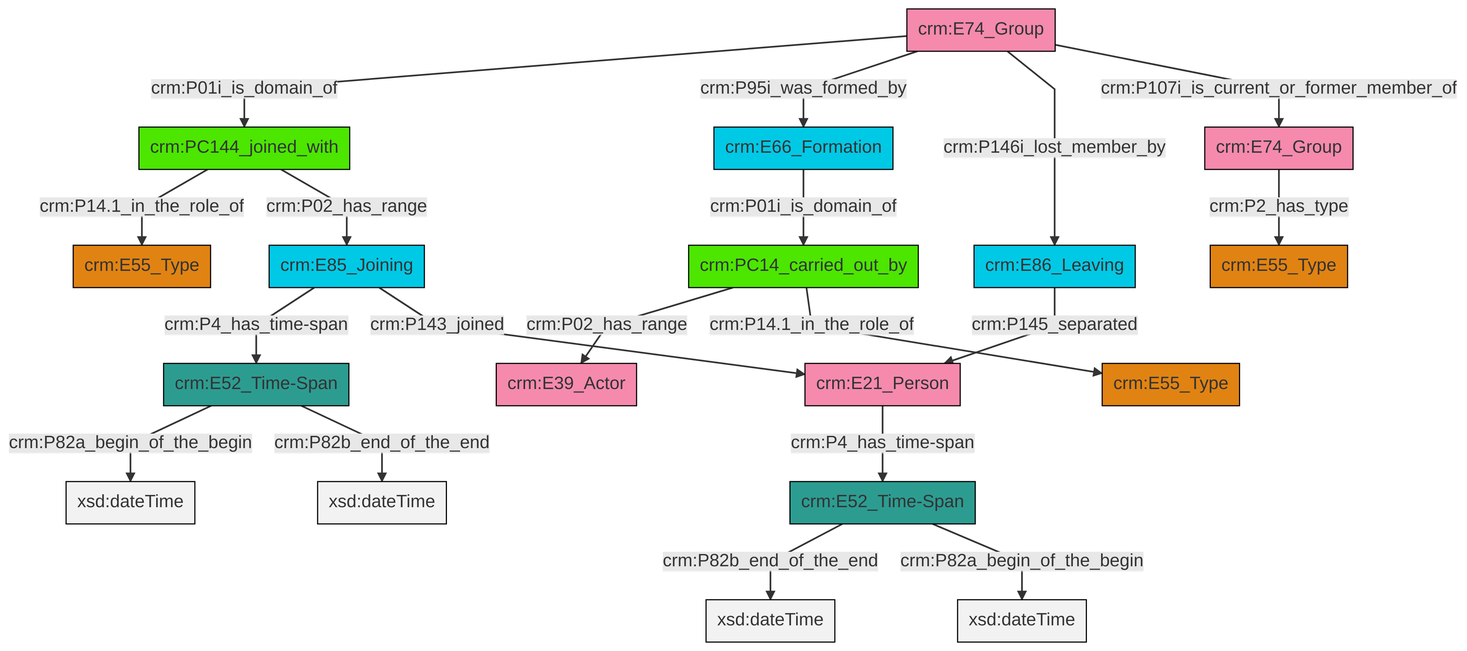
swiss-art-research-net/reference-data-models keeps this Mermaid diagram as et/groupCSV/ttl/mmd/png/group_actor_relations.png. Above is the earlier version. Its source is kept beside it as et/groupCSV/ttl/mmd/group_actor_relations.ttl.mmd.
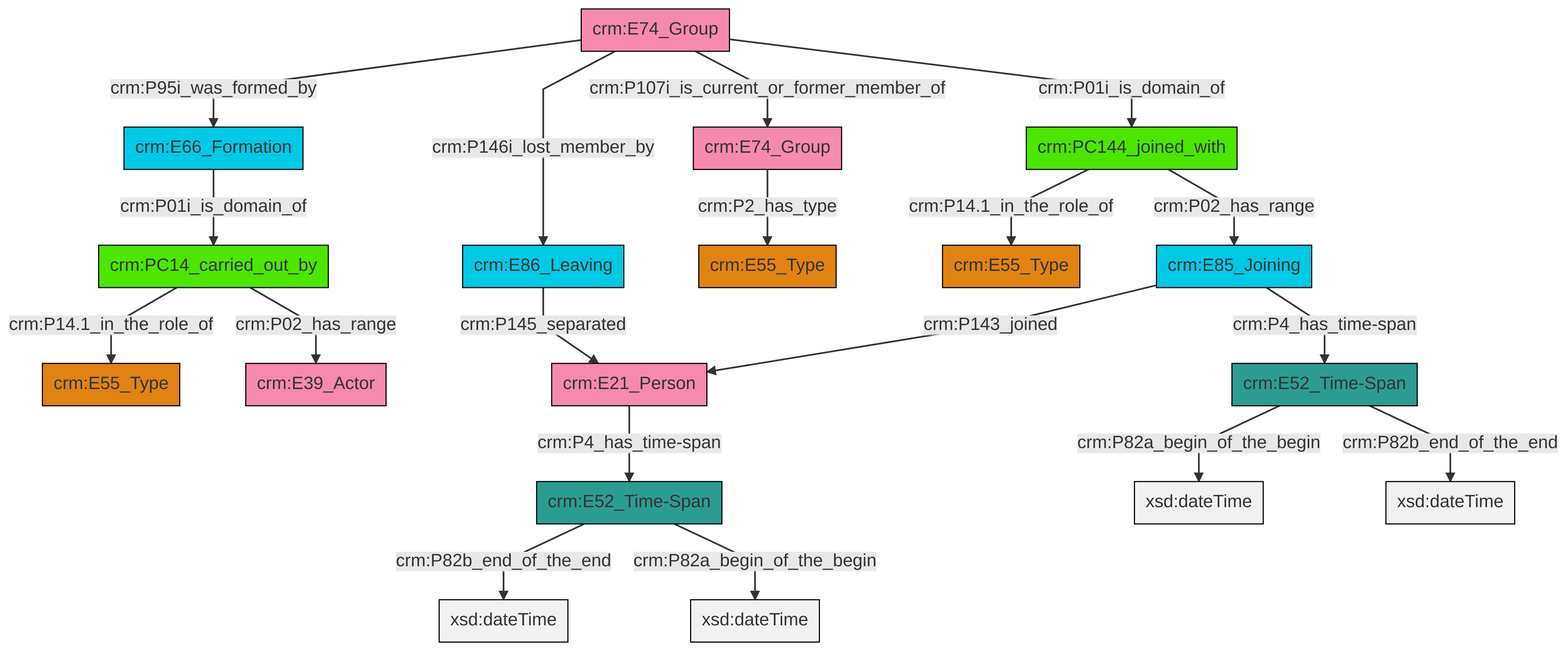
After the change.

Change to the diagram source:
```diff
@@ -13,21 +13,21 @@
 classDef PC_Classes fill:#4ce600, stroke:#000000;
 classDef Multi fill:#cccccc,stroke:#000000;
 
-6["crm:E52_Time-Span"]:::Time-Span -->|crm:P82a_begin_of_the_begin| 7[xsd:dateTime]:::Literal
-8["crm:E66_Formation"]:::Temporal_Entity -->|crm:P01i_is_domain_of| 10["crm:PC14_carried_out_by"]:::PC_Classes
-6["crm:E52_Time-Span"]:::Time-Span -->|crm:P82b_end_of_the_end| 12[xsd:dateTime]:::Literal
-17["crm:E52_Time-Span"]:::Time-Span -->|crm:P82b_end_of_the_end| 18[xsd:dateTime]:::Literal
-13["crm:E74_Group"]:::Actor -->|crm:P2_has_type| 21["crm:E55_Type"]:::Type
-23["crm:PC144_joined_with"]:::PC_Classes -->|crm:P14.1_in_the_role_of| 4["crm:E55_Type"]:::Type
-10["crm:PC14_carried_out_by"]:::PC_Classes -->|crm:P02_has_range| 24["crm:E39_Actor"]:::Actor
-15["crm:E21_Person"]:::Actor -->|crm:P4_has_time-span| 17["crm:E52_Time-Span"]:::Time-Span
-19["crm:E86_Leaving"]:::Temporal_Entity -->|crm:P145_separated| 15["crm:E21_Person"]:::Actor
-27["crm:E74_Group"]:::Actor -->|crm:P01i_is_domain_of| 23["crm:PC144_joined_with"]:::PC_Classes
-23["crm:PC144_joined_with"]:::PC_Classes -->|crm:P02_has_range| 2["crm:E85_Joining"]:::Temporal_Entity
-10["crm:PC14_carried_out_by"]:::PC_Classes -->|crm:P14.1_in_the_role_of| 0["crm:E55_Type"]:::Type
-2["crm:E85_Joining"]:::Temporal_Entity -->|crm:P4_has_time-span| 6["crm:E52_Time-Span"]:::Time-Span
-17["crm:E52_Time-Span"]:::Time-Span -->|crm:P82a_begin_of_the_begin| 30[xsd:dateTime]:::Literal
-2["crm:E85_Joining"]:::Temporal_Entity -->|crm:P143_joined| 15["crm:E21_Person"]:::Actor
-27["crm:E74_Group"]:::Actor -->|crm:P95i_was_formed_by| 8["crm:E66_Formation"]:::Temporal_Entity
-27["crm:E74_Group"]:::Actor -->|crm:P146i_lost_member_by| 19["crm:E86_Leaving"]:::Temporal_Entity
-27["crm:E74_Group"]:::Actor -->|crm:P107i_is_current_or_former_member_of| 13["crm:E74_Group"]:::Actor
+2["crm:E66_Formation"]:::Temporal_Entity -->|crm:P01i_is_domain_of| 6["crm:PC14_carried_out_by"]:::PC_Classes
+7["crm:E74_Group"]:::Actor -->|crm:P95i_was_formed_by| 2["crm:E66_Formation"]:::Temporal_Entity
+8["crm:E85_Joining"]:::Temporal_Entity -->|crm:P143_joined| 9["crm:E21_Person"]:::Actor
+4["crm:E52_Time-Span"]:::Time-Span -->|crm:P82a_begin_of_the_begin| 10[xsd:dateTime]:::Literal
+7["crm:E74_Group"]:::Actor -->|crm:P146i_lost_member_by| 14["crm:E86_Leaving"]:::Temporal_Entity
+15["crm:PC144_joined_with"]:::PC_Classes -->|crm:P14.1_in_the_role_of| 16["crm:E55_Type"]:::Type
+7["crm:E74_Group"]:::Actor -->|crm:P107i_is_current_or_former_member_of| 17["crm:E74_Group"]:::Actor
+15["crm:PC144_joined_with"]:::PC_Classes -->|crm:P02_has_range| 8["crm:E85_Joining"]:::Temporal_Entity
+9["crm:E21_Person"]:::Actor -->|crm:P4_has_time-span| 21["crm:E52_Time-Span"]:::Time-Span
+4["crm:E52_Time-Span"]:::Time-Span -->|crm:P82b_end_of_the_end| 22[xsd:dateTime]:::Literal
+7["crm:E74_Group"]:::Actor -->|crm:P01i_is_domain_of| 15["crm:PC144_joined_with"]:::PC_Classes
+14["crm:E86_Leaving"]:::Temporal_Entity -->|crm:P145_separated| 9["crm:E21_Person"]:::Actor
+6["crm:PC14_carried_out_by"]:::PC_Classes -->|crm:P14.1_in_the_role_of| 12["crm:E55_Type"]:::Type
+8["crm:E85_Joining"]:::Temporal_Entity -->|crm:P4_has_time-span| 4["crm:E52_Time-Span"]:::Time-Span
+17["crm:E74_Group"]:::Actor -->|crm:P2_has_type| 0["crm:E55_Type"]:::Type
+21["crm:E52_Time-Span"]:::Time-Span -->|crm:P82b_end_of_the_end| 28[xsd:dateTime]:::Literal
+21["crm:E52_Time-Span"]:::Time-Span -->|crm:P82a_begin_of_the_begin| 34[xsd:dateTime]:::Literal
+6["crm:PC14_carried_out_by"]:::PC_Classes -->|crm:P02_has_range| 26["crm:E39_Actor"]:::Actor
```
